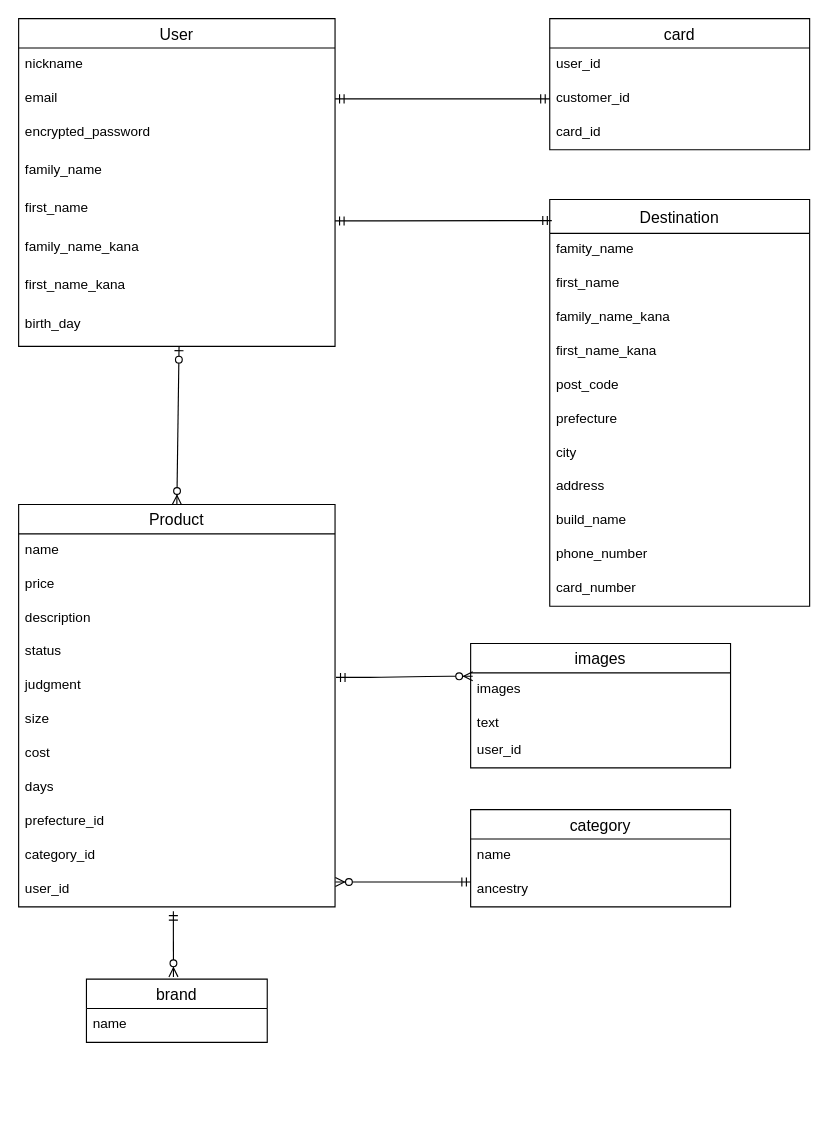
Before: ER.dio in sho20210126/furima-32851, a draw.io diagram. Source tidied: cells renumbered, new cells numbered last; positions are measured from the earlier drawing's top-left corner, leaving out a move shared by most shapes. Both pictures are drawn from the tidied source at 113%, with x=0, y=0 at pixel (18, 18).
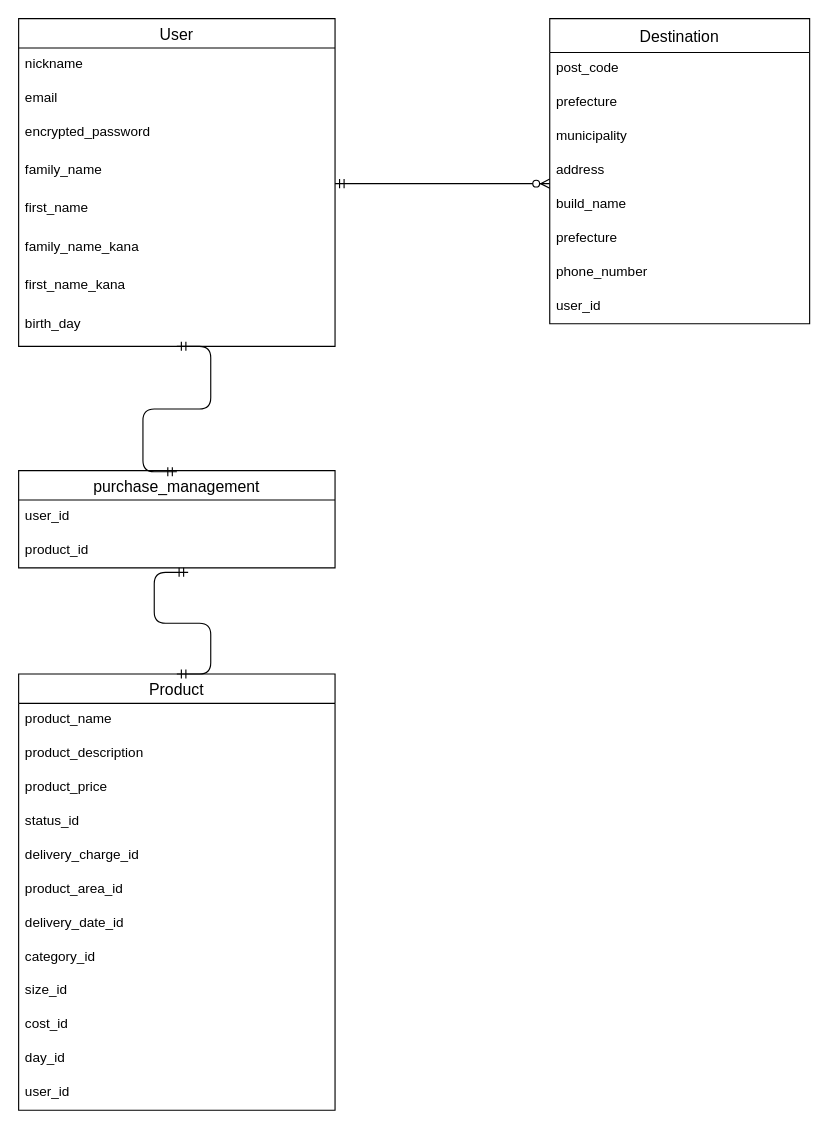
The same page after the edit.

The change refers to these unchanged cells:
```xml
<mxCell id="4" value="email" style="text;strokeColor=none;fillColor=none;spacingLeft=4;spacingRight=4;overflow=hidden;points=[[0,0.5],[1,0.5]];portConstraint=eastwest;fontSize=12;" parent="2" vertex="1">
  <mxGeometry y="56" width="280" height="30" as="geometry" />
</mxCell>
<mxCell id="10" value="birth_day" style="text;strokeColor=none;fillColor=none;spacingLeft=4;spacingRight=4;overflow=hidden;points=[[0,0.5],[1,0.5]];portConstraint=eastwest;fontSize=12;" parent="2" vertex="1">
  <mxGeometry y="256" width="280" height="34" as="geometry" />
</mxCell>
```

Change to the diagram source:
```diff
@@
-    <mxCell id="11" value="images" style="swimlane;fontStyle=0;horizontal=1;startSize=26;align=center;fontSize=14;" parent="1" vertex="1">
-      <mxGeometry x="400" y="553" width="230" height="110" as="geometry" />
-    </mxCell>
-    <mxCell id="12" value="images" style="text;strokeColor=none;fillColor=none;spacingLeft=4;spacingRight=4;overflow=hidden;points=[[0,0.5],[1,0.5]];portConstraint=eastwest;fontSize=12;" parent="11" vertex="1">
-      <mxGeometry y="26" width="230" height="30" as="geometry" />
-    </mxCell>
-    <mxCell id="13" value="text" style="text;strokeColor=none;fillColor=none;spacingLeft=4;spacingRight=4;overflow=hidden;fontSize=12;" parent="11" vertex="1">
-      <mxGeometry y="56" width="230" height="24" as="geometry" />
-    </mxCell>
-    <mxCell id="14" value="user_id" style="text;strokeColor=none;fillColor=none;spacingLeft=4;spacingRight=4;overflow=hidden;fontSize=12;" parent="11" vertex="1">
-      <mxGeometry y="80" width="230" height="30" as="geometry" />
-    </mxCell>
-    <mxCell id="15" value="card" style="swimlane;fontStyle=0;horizontal=1;startSize=26;align=center;fontSize=14;" parent="1" vertex="1">
-      <mxGeometry x="470" width="230" height="116" as="geometry" />
-    </mxCell>
-    <mxCell id="16" value="user_id" style="text;strokeColor=none;fillColor=none;spacingLeft=4;spacingRight=4;overflow=hidden;fontSize=12;" parent="15" vertex="1">
-      <mxGeometry y="26" width="230" height="30" as="geometry" />
-    </mxCell>
-    <mxCell id="17" value="customer_id" style="text;strokeColor=none;fillColor=none;spacingLeft=4;spacingRight=4;overflow=hidden;points=[[0,0.5],[1,0.5]];portConstraint=eastwest;fontSize=12;" parent="15" vertex="1">
-      <mxGeometry y="56" width="230" height="30" as="geometry" />
-    </mxCell>
-    <mxCell id="18" value="card_id" style="text;strokeColor=none;fillColor=none;spacingLeft=4;spacingRight=4;overflow=hidden;fontSize=12;" parent="15" vertex="1">
-      <mxGeometry y="86" width="230" height="30" as="geometry" />
-    </mxCell>
     <mxCell id="19" value="Destination" style="swimlane;fontStyle=0;horizontal=1;startSize=30;align=center;fontSize=14;" parent="1" vertex="1">
-      <mxGeometry x="470" y="160" width="230" height="360" as="geometry" />
+      <mxGeometry x="470" width="230" height="270" as="geometry" />
     </mxCell>
-    <mxCell id="20" value="famity_name" style="text;strokeColor=none;fillColor=none;spacingLeft=4;spacingRight=4;overflow=hidden;fontSize=12;" parent="19" vertex="1">
+    <mxCell id="20" value="post_code" style="text;strokeColor=none;fillColor=none;spacingLeft=4;spacingRight=4;overflow=hidden;fontSize=12;" parent="19" vertex="1">
       <mxGeometry y="30" width="230" height="30" as="geometry" />
     </mxCell>
-    <mxCell id="21" value="first_name" style="text;strokeColor=none;fillColor=none;spacingLeft=4;spacingRight=4;overflow=hidden;fontSize=12;" parent="19" vertex="1">
+    <mxCell id="21" value="prefecture" style="text;strokeColor=none;fillColor=none;spacingLeft=4;spacingRight=4;overflow=hidden;fontSize=12;" parent="19" vertex="1">
       <mxGeometry y="60" width="230" height="30" as="geometry" />
     </mxCell>
-    <mxCell id="22" value="family_name_kana" style="text;strokeColor=none;fillColor=none;spacingLeft=4;spacingRight=4;overflow=hidden;fontSize=12;" parent="19" vertex="1">
+    <mxCell id="22" value="municipality" style="text;strokeColor=none;fillColor=none;spacingLeft=4;spacingRight=4;overflow=hidden;fontSize=12;" parent="19" vertex="1">
       <mxGeometry y="90" width="230" height="30" as="geometry" />
     </mxCell>
-    <mxCell id="23" value="first_name_kana" style="text;strokeColor=none;fillColor=none;spacingLeft=4;spacingRight=4;overflow=hidden;fontSize=12;" parent="19" vertex="1">
+    <mxCell id="23" value="address" style="text;strokeColor=none;fillColor=none;spacingLeft=4;spacingRight=4;overflow=hidden;fontSize=12;" parent="19" vertex="1">
       <mxGeometry y="120" width="230" height="30" as="geometry" />
     </mxCell>
-    <mxCell id="24" value="post_code" style="text;strokeColor=none;fillColor=none;spacingLeft=4;spacingRight=4;overflow=hidden;fontSize=12;" parent="19" vertex="1">
+    <mxCell id="24" value="build_name" style="text;strokeColor=none;fillColor=none;spacingLeft=4;spacingRight=4;overflow=hidden;fontSize=12;" parent="19" vertex="1">
       <mxGeometry y="150" width="230" height="30" as="geometry" />
     </mxCell>
@@
-    <mxCell id="26" value="city" style="text;strokeColor=none;fillColor=none;spacingLeft=4;spacingRight=4;overflow=hidden;fontSize=12;" parent="19" vertex="1">
+    <mxCell id="26" value="phone_number" style="text;strokeColor=none;fillColor=none;spacingLeft=4;spacingRight=4;overflow=hidden;fontSize=12;" parent="19" vertex="1">
       <mxGeometry y="210" width="230" height="30" as="geometry" />
     </mxCell>
-    <mxCell id="27" value="address" style="text;strokeColor=none;fillColor=none;spacingLeft=4;spacingRight=4;overflow=hidden;fontSize=12;" parent="19" vertex="1">
+    <mxCell id="27" value="user_id" style="text;strokeColor=none;fillColor=none;spacingLeft=4;spacingRight=4;overflow=hidden;fontSize=12;" parent="19" vertex="1">
       <mxGeometry y="240" width="230" height="30" as="geometry" />
     </mxCell>
-    <mxCell id="28" value="build_name" style="text;strokeColor=none;fillColor=none;spacingLeft=4;spacingRight=4;overflow=hidden;fontSize=12;" parent="19" vertex="1">
-      <mxGeometry y="270" width="230" height="30" as="geometry" />
-    </mxCell>
-    <mxCell id="29" value="phone_number" style="text;strokeColor=none;fillColor=none;spacingLeft=4;spacingRight=4;overflow=hidden;fontSize=12;" parent="19" vertex="1">
-      <mxGeometry y="300" width="230" height="30" as="geometry" />
-    </mxCell>
-    <mxCell id="30" value="card_number" style="text;strokeColor=none;fillColor=none;spacingLeft=4;spacingRight=4;overflow=hidden;fontSize=12;" parent="19" vertex="1">
-      <mxGeometry y="330" width="230" height="30" as="geometry" />
-    </mxCell>
-    <mxCell id="31" value="brand" style="swimlane;fontStyle=0;horizontal=1;startSize=26;align=center;fontSize=14;" parent="1" vertex="1">
-      <mxGeometry x="60" y="850" width="160" height="56" as="geometry" />
-    </mxCell>
-    <mxCell id="32" value="name" style="text;strokeColor=none;fillColor=none;spacingLeft=4;spacingRight=4;overflow=hidden;fontSize=12;" parent="31" vertex="1">
-      <mxGeometry y="26" width="160" height="30" as="geometry" />
-    </mxCell>
-    <mxCell id="33" value="category" style="swimlane;fontStyle=0;horizontal=1;startSize=26;align=center;fontSize=14;" parent="1" vertex="1">
-      <mxGeometry x="400" y="700" width="230" height="86" as="geometry" />
-    </mxCell>
-    <mxCell id="34" value="name" style="text;strokeColor=none;fillColor=none;spacingLeft=4;spacingRight=4;overflow=hidden;fontSize=12;" parent="33" vertex="1">
-      <mxGeometry y="26" width="230" height="30" as="geometry" />
-    </mxCell>
-    <mxCell id="35" value="ancestry" style="text;strokeColor=none;fillColor=none;spacingLeft=4;spacingRight=4;overflow=hidden;points=[[0,0.5],[1,0.5]];portConstraint=eastwest;fontSize=12;" parent="33" vertex="1">
-      <mxGeometry y="56" width="230" height="30" as="geometry" />
-    </mxCell>
     <mxCell id="36" value="Product" style="swimlane;fontStyle=0;horizontal=1;startSize=26;align=center;fontSize=14;" parent="1" vertex="1">
-      <mxGeometry y="430" width="280" height="356" as="geometry" />
+      <mxGeometry y="580" width="280" height="386" as="geometry" />
     </mxCell>
-    <mxCell id="37" value="name" style="text;strokeColor=none;fillColor=none;spacingLeft=4;spacingRight=4;overflow=hidden;fontSize=12;" parent="36" vertex="1">
+    <mxCell id="37" value="product_name" style="text;strokeColor=none;fillColor=none;spacingLeft=4;spacingRight=4;overflow=hidden;fontSize=12;" parent="36" vertex="1">
       <mxGeometry y="26" width="280" height="30" as="geometry" />
     </mxCell>
-    <mxCell id="38" value="price" style="text;strokeColor=none;fillColor=none;spacingLeft=4;spacingRight=4;overflow=hidden;fontSize=12;" parent="36" vertex="1">
+    <mxCell id="38" value="product_description" style="text;strokeColor=none;fillColor=none;spacingLeft=4;spacingRight=4;overflow=hidden;fontSize=12;" parent="36" vertex="1">
       <mxGeometry y="56" width="280" height="30" as="geometry" />
     </mxCell>
-    <mxCell id="39" value="description" style="text;strokeColor=none;fillColor=none;spacingLeft=4;spacingRight=4;overflow=hidden;fontSize=12;" parent="36" vertex="1">
+    <mxCell id="39" value="product_price" style="text;strokeColor=none;fillColor=none;spacingLeft=4;spacingRight=4;overflow=hidden;fontSize=12;" parent="36" vertex="1">
       <mxGeometry y="86" width="280" height="30" as="geometry" />
     </mxCell>
-    <mxCell id="40" value="status" style="text;strokeColor=none;fillColor=none;spacingLeft=4;spacingRight=4;overflow=hidden;fontSize=12;" parent="36" vertex="1">
+    <mxCell id="40" value="status_id" style="text;strokeColor=none;fillColor=none;spacingLeft=4;spacingRight=4;overflow=hidden;fontSize=12;" parent="36" vertex="1">
       <mxGeometry y="116" width="280" height="30" as="geometry" />
     </mxCell>
-    <mxCell id="41" value="judgment" style="text;strokeColor=none;fillColor=none;spacingLeft=4;spacingRight=4;overflow=hidden;points=[[0,0.5],[1,0.5]];portConstraint=eastwest;fontSize=12;" parent="36" vertex="1">
+    <mxCell id="41" value="delivery_charge_id" style="text;strokeColor=none;fillColor=none;spacingLeft=4;spacingRight=4;overflow=hidden;points=[[0,0.5],[1,0.5]];portConstraint=eastwest;fontSize=12;" parent="36" vertex="1">
       <mxGeometry y="146" width="280" height="30" as="geometry" />
     </mxCell>
-    <mxCell id="42" value="size" style="text;strokeColor=none;fillColor=none;spacingLeft=4;spacingRight=4;overflow=hidden;fontSize=12;" parent="36" vertex="1">
+    <mxCell id="42" value="product_area_id" style="text;strokeColor=none;fillColor=none;spacingLeft=4;spacingRight=4;overflow=hidden;fontSize=12;" parent="36" vertex="1">
       <mxGeometry y="176" width="280" height="30" as="geometry" />
     </mxCell>
-    <mxCell id="43" value="cost" style="text;strokeColor=none;fillColor=none;spacingLeft=4;spacingRight=4;overflow=hidden;fontSize=12;" parent="36" vertex="1">
+    <mxCell id="43" value="delivery_date_id" style="text;strokeColor=none;fillColor=none;spacingLeft=4;spacingRight=4;overflow=hidden;fontSize=12;" parent="36" vertex="1">
       <mxGeometry y="206" width="280" height="30" as="geometry" />
     </mxCell>
-    <mxCell id="44" value="days" style="text;strokeColor=none;fillColor=none;spacingLeft=4;spacingRight=4;overflow=hidden;fontSize=12;" parent="36" vertex="1">
+    <mxCell id="44" value="category_id" style="text;strokeColor=none;fillColor=none;spacingLeft=4;spacingRight=4;overflow=hidden;fontSize=12;" parent="36" vertex="1">
       <mxGeometry y="236" width="280" height="30" as="geometry" />
     </mxCell>
-    <mxCell id="45" value="prefecture_id" style="text;strokeColor=none;fillColor=none;spacingLeft=4;spacingRight=4;overflow=hidden;fontSize=12;" parent="36" vertex="1">
+    <mxCell id="45" value="size_id" style="text;strokeColor=none;fillColor=none;spacingLeft=4;spacingRight=4;overflow=hidden;fontSize=12;" parent="36" vertex="1">
       <mxGeometry y="266" width="280" height="30" as="geometry" />
     </mxCell>
-    <mxCell id="46" value="category_id" style="text;strokeColor=none;fillColor=none;spacingLeft=4;spacingRight=4;overflow=hidden;fontSize=12;" parent="36" vertex="1">
+    <mxCell id="46" value="cost_id" style="text;strokeColor=none;fillColor=none;spacingLeft=4;spacingRight=4;overflow=hidden;fontSize=12;" parent="36" vertex="1">
       <mxGeometry y="296" width="280" height="30" as="geometry" />
     </mxCell>
-    <mxCell id="47" value="user_id" style="text;strokeColor=none;fillColor=none;spacingLeft=4;spacingRight=4;overflow=hidden;points=[[0,0.5],[1,0.5]];portConstraint=eastwest;fontSize=12;" parent="36" vertex="1">
+    <mxCell id="47" value="day_id" style="text;strokeColor=none;fillColor=none;spacingLeft=4;spacingRight=4;overflow=hidden;points=[[0,0.5],[1,0.5]];portConstraint=eastwest;fontSize=12;" parent="36" vertex="1">
       <mxGeometry y="326" width="280" height="30" as="geometry" />
     </mxCell>
-    <mxCell id="48" style="fontSize=12;html=1;endArrow=ERzeroToMany;startArrow=ERzeroToOne;entryX=0.5;entryY=0;entryDx=0;entryDy=0;exitX=0.507;exitY=0.994;exitDx=0;exitDy=0;exitPerimeter=0;" parent="1" edge="1" source="10" target="36">
-      <mxGeometry relative="1" as="geometry" />
-    </mxCell>
-    <mxCell id="49" style="fontSize=12;html=1;endArrow=ERzeroToMany;startArrow=ERmandOne;exitX=0.489;exitY=1.127;exitDx=0;exitDy=0;exitPerimeter=0;" parent="1" edge="1" source="47">
-      <mxGeometry relative="1" as="geometry">
-        <mxPoint x="137" y="848" as="targetPoint" />
-      </mxGeometry>
-    </mxCell>
-    <mxCell id="50" style="edgeStyle=entityRelationEdgeStyle;fontSize=12;html=1;endArrow=ERmandOne;startArrow=ERmandOne;entryX=0;entryY=0.5;entryDx=0;entryDy=0;exitX=1;exitY=0.5;exitDx=0;exitDy=0;" parent="1" edge="1" source="4" target="17">
-      <mxGeometry relative="1" as="geometry" />
-    </mxCell>
-    <mxCell id="51" style="edgeStyle=entityRelationEdgeStyle;fontSize=12;html=1;endArrow=ERmandOne;startArrow=ERmandOne;entryX=0.008;entryY=0.052;entryDx=0;entryDy=0;entryPerimeter=0;" parent="1" edge="1" target="19">
-      <mxGeometry relative="1" as="geometry">
-        <mxPoint x="280" y="179" as="sourcePoint" />
-      </mxGeometry>
-    </mxCell>
-    <mxCell id="52" style="edgeStyle=entityRelationEdgeStyle;fontSize=12;html=1;endArrow=ERzeroToMany;startArrow=ERmandOne;entryX=0.008;entryY=0.1;entryDx=0;entryDy=0;entryPerimeter=0;exitX=1.003;exitY=0.233;exitDx=0;exitDy=0;exitPerimeter=0;" parent="1" edge="1" source="41" target="12">
-      <mxGeometry relative="1" as="geometry" />
-    </mxCell>
+    <mxCell id="54" value="user_id" style="text;strokeColor=none;fillColor=none;spacingLeft=4;spacingRight=4;overflow=hidden;fontSize=12;" parent="36" vertex="1">
+      <mxGeometry y="356" width="280" height="30" as="geometry" />
+    </mxCell>
-    <mxCell id="53" style="edgeStyle=entityRelationEdgeStyle;fontSize=12;html=1;endArrow=ERzeroToMany;startArrow=ERmandOne;entryX=1.001;entryY=0.267;entryDx=0;entryDy=0;entryPerimeter=0;exitX=0.001;exitY=0.267;exitDx=0;exitDy=0;exitPerimeter=0;" parent="1" edge="1" source="35" target="47">
-      <mxGeometry relative="1" as="geometry" />
+    <mxCell id="53" style="edgeStyle=entityRelationEdgeStyle;fontSize=12;html=1;endArrow=ERzeroToMany;startArrow=ERmandOne;" parent="1" edge="1">
+      <mxGeometry relative="1" as="geometry">
+        <mxPoint x="280" y="146" as="sourcePoint" />
+        <mxPoint x="470" y="146" as="targetPoint" />
+      </mxGeometry>
     </mxCell>
+    <mxCell id="55" value="purchase_management" style="swimlane;fontStyle=0;horizontal=1;startSize=26;align=center;fontSize=14;" parent="1" vertex="1">
+      <mxGeometry y="400" width="280" height="86" as="geometry" />
+    </mxCell>
+    <mxCell id="56" value="user_id" style="text;strokeColor=none;fillColor=none;spacingLeft=4;spacingRight=4;overflow=hidden;fontSize=12;" parent="55" vertex="1">
+      <mxGeometry y="26" width="280" height="30" as="geometry" />
+    </mxCell>
+    <mxCell id="57" value="product_id" style="text;strokeColor=none;fillColor=none;spacingLeft=4;spacingRight=4;overflow=hidden;fontSize=12;" parent="55" vertex="1">
+      <mxGeometry y="56" width="280" height="30" as="geometry" />
+    </mxCell>
+    <mxCell id="58" style="edgeStyle=entityRelationEdgeStyle;fontSize=12;html=1;endArrow=ERmandOne;startArrow=ERmandOne;exitX=0.5;exitY=0;exitDx=0;exitDy=0;" parent="55" edge="1" source="36">
+      <mxGeometry relative="1" as="geometry">
+        <mxPoint x="150" y="90" as="targetPoint" />
+      </mxGeometry>
+    </mxCell>
+    <mxCell id="59" style="edgeStyle=entityRelationEdgeStyle;fontSize=12;html=1;endArrow=ERmandOne;startArrow=ERmandOne;" parent="1" edge="1">
+      <mxGeometry relative="1" as="geometry">
+        <mxPoint x="140" y="290" as="sourcePoint" />
+        <mxPoint x="140" y="401" as="targetPoint" />
+      </mxGeometry>
+    </mxCell>
```
